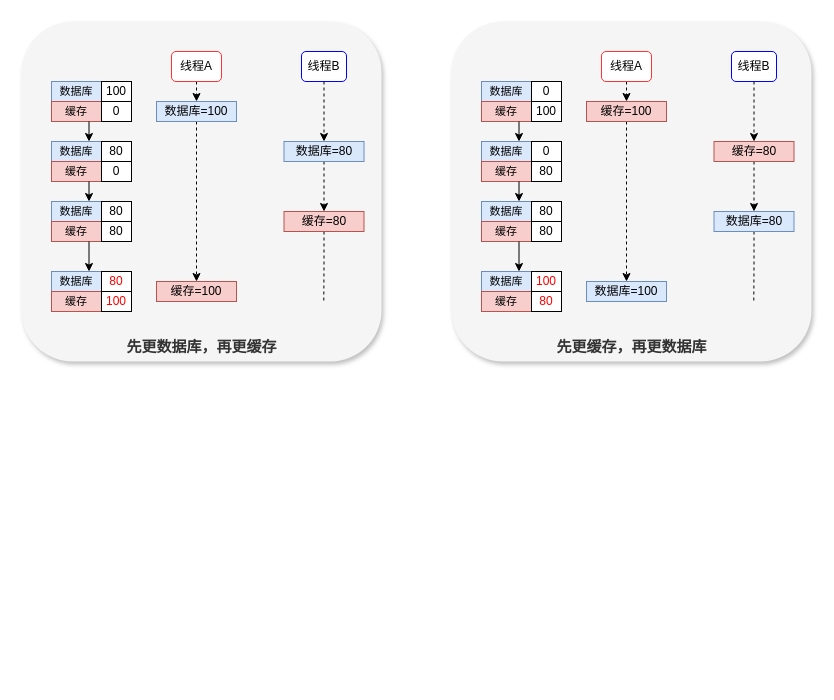
The draw.io diagram src/Java/Redis/未命名绘图.drawio in SihangXie/diagrams-app, before the edit. Source tidied: cells renumbered, new cells numbered last; positions are measured from the earlier drawing's top-left corner, leaving out a move shared by most shapes. Both pictures are drawn from the tidied source at 100%, with x=0, y=0 at pixel (21, 21).
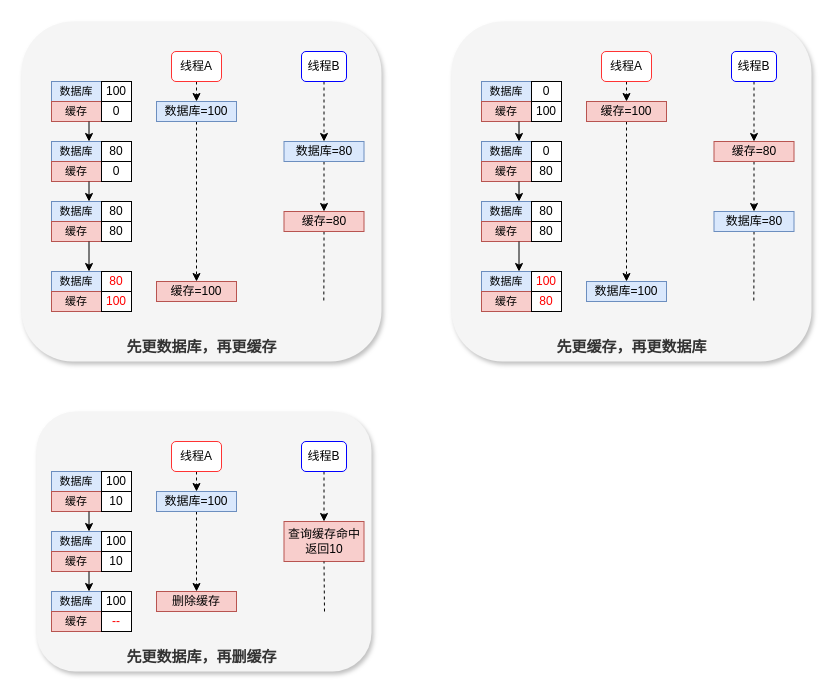
After the change.

Commit message (it also covers changes not shown here):
更新未命名绘图.drawio

What changed in the source:
```diff
@@
+    <mxCell id="98" style="rounded=1;whiteSpace=wrap;html=1;fillColor=#f5f5f5;fontColor=#333333;strokeColor=none;shadow=1;" parent="1" vertex="1">
+      <mxGeometry x="15" y="390" width="335" height="260" as="geometry" />
+    </mxCell>
@@
+    <mxCell id="99" style="edgeStyle=orthogonalEdgeStyle;rounded=0;jettySize=auto;html=1;exitX=0.5;exitY=1;exitDx=0;exitDy=0;entryX=0.5;entryY=0;entryDx=0;entryDy=0;dashed=1;" parent="1" edge="1" source="100" target="112">
+      <mxGeometry relative="1" as="geometry" />
+    </mxCell>
+    <mxCell id="100" value="线程A" style="rounded=1;whiteSpace=wrap;html=1;strokeColor=#FF3333;" parent="1" vertex="1">
+      <mxGeometry x="150" y="420" width="50" height="30" as="geometry" />
+    </mxCell>
+    <mxCell id="101" style="edgeStyle=orthogonalEdgeStyle;rounded=0;jettySize=auto;html=1;exitX=0.5;exitY=1;exitDx=0;exitDy=0;entryX=0.5;entryY=0;entryDx=0;entryDy=0;dashed=1;" parent="1" edge="1" source="102" target="114">
+      <mxGeometry relative="1" as="geometry" />
+    </mxCell>
+    <mxCell id="102" value="线程B" style="rounded=1;whiteSpace=wrap;html=1;strokeColor=#0000FF;" parent="1" vertex="1">
+      <mxGeometry x="280" y="420" width="45" height="30" as="geometry" />
+    </mxCell>
+    <mxCell id="103" style="group;" parent="1" vertex="1">
+      <mxGeometry x="30" y="450" width="80" height="40" as="geometry" />
+    </mxCell>
+    <mxCell id="104" style="group;" parent="103" vertex="1">
+      <mxGeometry width="80" height="20" as="geometry" />
+    </mxCell>
+    <mxCell id="105" value="&lt;font style=&quot;font-size: 11px;&quot;&gt;数据库&lt;/font&gt;" style="rounded=0;whiteSpace=wrap;html=1;fillColor=#dae8fc;strokeColor=#6c8ebf;" parent="104" vertex="1">
+      <mxGeometry width="50" height="20" as="geometry" />
+    </mxCell>
+    <mxCell id="106" value="100" style="rounded=0;whiteSpace=wrap;html=1;" parent="104" vertex="1">
+      <mxGeometry x="50" width="30" height="20" as="geometry" />
+    </mxCell>
+    <mxCell id="107" style="group;" parent="103" vertex="1">
+      <mxGeometry y="20" width="80" height="20" as="geometry" />
+    </mxCell>
+    <mxCell id="108" style="group;fillColor=#f8cecc;strokeColor=#b85450;" parent="107" vertex="1">
+      <mxGeometry width="80" height="20" as="geometry" />
+    </mxCell>
+    <mxCell id="109" value="&lt;font style=&quot;font-size: 11px;&quot;&gt;缓存&lt;/font&gt;" style="rounded=0;whiteSpace=wrap;html=1;fillColor=#f8cecc;strokeColor=#b85450;" parent="107" vertex="1">
+      <mxGeometry width="50" height="20" as="geometry" />
+    </mxCell>
+    <mxCell id="110" value="10" style="rounded=0;whiteSpace=wrap;html=1;" parent="107" vertex="1">
+      <mxGeometry x="50" width="30" height="20" as="geometry" />
+    </mxCell>
+    <mxCell id="111" style="edgeStyle=orthogonalEdgeStyle;rounded=0;jettySize=auto;html=1;exitX=0.5;exitY=1;exitDx=0;exitDy=0;entryX=0.5;entryY=0;entryDx=0;entryDy=0;dashed=1;" parent="1" edge="1" source="112" target="113">
+      <mxGeometry relative="1" as="geometry" />
+    </mxCell>
+    <mxCell id="112" value="数据库=100" style="rounded=0;whiteSpace=wrap;html=1;fillColor=#dae8fc;strokeColor=#6c8ebf;" parent="1" vertex="1">
+      <mxGeometry x="135" y="470" width="80" height="20" as="geometry" />
+    </mxCell>
+    <mxCell id="113" value="删除缓存" style="rounded=0;whiteSpace=wrap;html=1;fillColor=#f8cecc;strokeColor=#b85450;" parent="1" vertex="1">
+      <mxGeometry x="135" y="570" width="80" height="20" as="geometry" />
+    </mxCell>
+    <mxCell id="114" value="查询缓存命中&lt;br&gt;返回10" style="rounded=0;whiteSpace=wrap;html=1;fillColor=#f8cecc;strokeColor=#b85450;" parent="1" vertex="1">
+      <mxGeometry x="262.5" y="500" width="80" height="40" as="geometry" />
+    </mxCell>
+    <mxCell id="115" style="group;" parent="1" vertex="1">
+      <mxGeometry x="30" y="510" width="80" height="40" as="geometry" />
+    </mxCell>
+    <mxCell id="116" style="group;" parent="115" vertex="1">
+      <mxGeometry width="80" height="20" as="geometry" />
+    </mxCell>
+    <mxCell id="117" value="&lt;font style=&quot;font-size: 11px;&quot;&gt;数据库&lt;/font&gt;" style="rounded=0;whiteSpace=wrap;html=1;fillColor=#dae8fc;strokeColor=#6c8ebf;" parent="116" vertex="1">
+      <mxGeometry width="50" height="20" as="geometry" />
+    </mxCell>
+    <mxCell id="118" value="100" style="rounded=0;whiteSpace=wrap;html=1;" parent="116" vertex="1">
+      <mxGeometry x="50" width="30" height="20" as="geometry" />
+    </mxCell>
+    <mxCell id="119" style="group;" parent="115" vertex="1">
+      <mxGeometry y="20" width="80" height="20" as="geometry" />
+    </mxCell>
+    <mxCell id="120" style="group;fillColor=#f8cecc;strokeColor=#b85450;" parent="119" vertex="1">
+      <mxGeometry width="80" height="20" as="geometry" />
+    </mxCell>
+    <mxCell id="121" value="&lt;font style=&quot;font-size: 11px;&quot;&gt;缓存&lt;/font&gt;" style="rounded=0;whiteSpace=wrap;html=1;fillColor=#f8cecc;strokeColor=#b85450;" parent="119" vertex="1">
+      <mxGeometry width="50" height="20" as="geometry" />
+    </mxCell>
+    <mxCell id="122" value="10" style="rounded=0;whiteSpace=wrap;html=1;" parent="119" vertex="1">
+      <mxGeometry x="50" width="30" height="20" as="geometry" />
+    </mxCell>
+    <mxCell id="123" style="group;" parent="1" vertex="1">
+      <mxGeometry x="30" y="570" width="80" height="40" as="geometry" />
+    </mxCell>
+    <mxCell id="124" style="group;" parent="123" vertex="1">
+      <mxGeometry width="80" height="20" as="geometry" />
+    </mxCell>
+    <mxCell id="125" value="&lt;font style=&quot;font-size: 11px;&quot;&gt;数据库&lt;/font&gt;" style="rounded=0;whiteSpace=wrap;html=1;fillColor=#dae8fc;strokeColor=#6c8ebf;" parent="124" vertex="1">
+      <mxGeometry width="50" height="20" as="geometry" />
+    </mxCell>
+    <mxCell id="126" value="100" style="rounded=0;whiteSpace=wrap;html=1;" parent="124" vertex="1">
+      <mxGeometry x="50" width="30" height="20" as="geometry" />
+    </mxCell>
+    <mxCell id="127" style="group;" parent="123" vertex="1">
+      <mxGeometry y="20" width="80" height="20" as="geometry" />
+    </mxCell>
+    <mxCell id="128" style="group;fillColor=#f8cecc;strokeColor=#b85450;" parent="127" vertex="1">
+      <mxGeometry width="80" height="20" as="geometry" />
+    </mxCell>
+    <mxCell id="129" value="&lt;font style=&quot;font-size: 11px;&quot;&gt;缓存&lt;/font&gt;" style="rounded=0;whiteSpace=wrap;html=1;fillColor=#f8cecc;strokeColor=#b85450;" parent="127" vertex="1">
+      <mxGeometry width="50" height="20" as="geometry" />
+    </mxCell>
+    <mxCell id="130" value="&lt;font color=&quot;#ff0000&quot;&gt;--&lt;/font&gt;" style="rounded=0;whiteSpace=wrap;html=1;" parent="127" vertex="1">
+      <mxGeometry x="50" width="30" height="20" as="geometry" />
+    </mxCell>
+    <mxCell id="131" style="edgeStyle=orthogonalEdgeStyle;rounded=0;jettySize=auto;html=1;exitX=0.75;exitY=1;exitDx=0;exitDy=0;entryX=0.75;entryY=0;entryDx=0;entryDy=0;" parent="1" edge="1" source="109" target="117">
+      <mxGeometry relative="1" as="geometry" />
+    </mxCell>
+    <mxCell id="132" value="&lt;h4 style=&quot;box-sizing: border-box; break-after: avoid-page; break-inside: avoid; orphans: 4; font-size: 1.25em; margin-top: 1rem; margin-bottom: 1rem; position: relative; line-height: 1.4; cursor: text; outline: 0px; box-shadow: none; color: rgb(51, 51, 51); font-family: &amp;quot;Open Sans&amp;quot;, &amp;quot;Clear Sans&amp;quot;, &amp;quot;Helvetica Neue&amp;quot;, Helvetica, Arial, &amp;quot;Segoe UI Emoji&amp;quot;, sans-serif; text-align: start;&quot; class=&quot;md-end-block md-heading md-focus&quot;&gt;先更数据库，再删缓存&lt;/h4&gt;" style="text;html=1;strokeColor=none;fillColor=none;align=center;verticalAlign=middle;whiteSpace=wrap;rounded=0;" parent="1" vertex="1">
+      <mxGeometry x="92.5" y="620" width="175" height="30" as="geometry" />
+    </mxCell>
+    <mxCell id="133" style="endArrow=none;dashed=1;html=1;rounded=0;entryX=0.5;entryY=1;entryDx=0;entryDy=0;" parent="1" edge="1" target="114">
+      <mxGeometry relative="1" as="geometry">
+        <mxPoint x="303" y="590" as="sourcePoint" />
+      </mxGeometry>
+    </mxCell>
+    <mxCell id="134" style="edgeStyle=orthogonalEdgeStyle;rounded=0;jettySize=auto;html=1;exitX=0.75;exitY=1;exitDx=0;exitDy=0;entryX=0.75;entryY=0;entryDx=0;entryDy=0;" parent="1" edge="1" source="121" target="125">
+      <mxGeometry relative="1" as="geometry" />
+    </mxCell>
```
